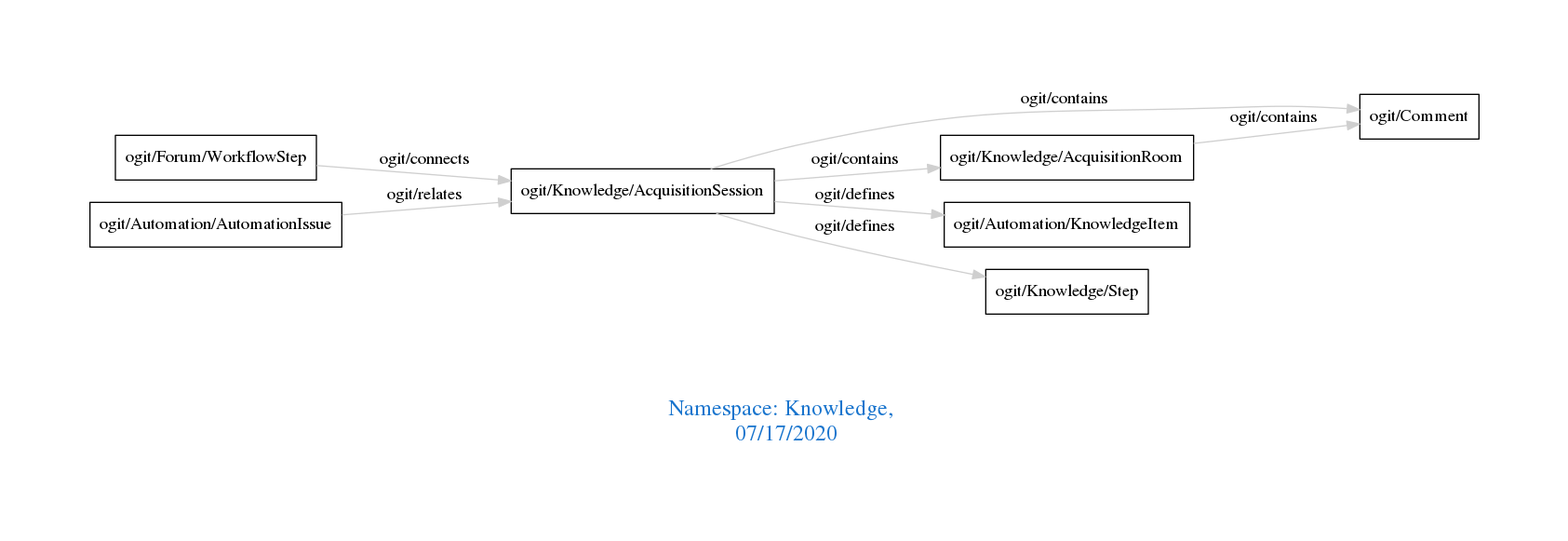
arago/OGIT keeps this Graphviz diagram as downloads/Knowledge.png. Above is the earlier version. Its source is kept beside it as downloads/Knowledge.dot.
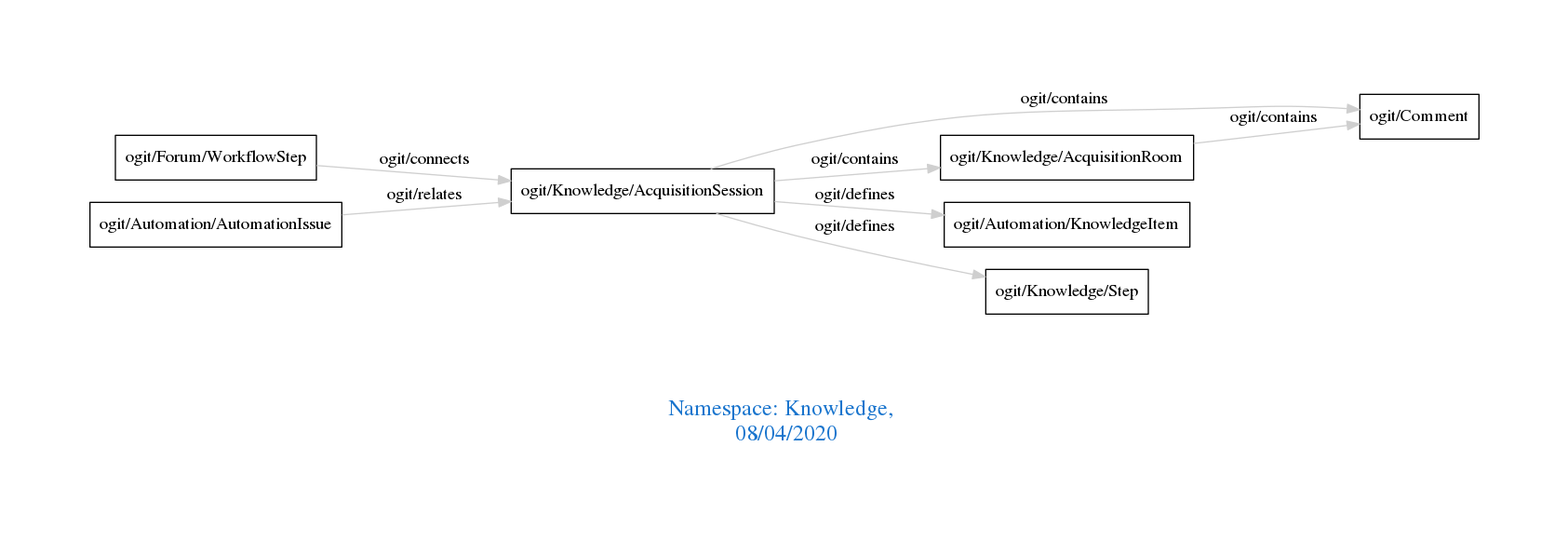
Later version of the same file.

Change to the diagram source:
```diff
@@ -1,7 +1,7 @@
 digraph OGIT_ontology {
  graph [ rankdir= LR,pad=1
 fontsize = 18,
-fontcolor= dodgerblue3,label = "\n\n\nNamespace: Knowledge, \n 07/17/2020"];
+fontcolor= dodgerblue3,label = "\n\n\nNamespace: Knowledge, \n 08/04/2020"];
 node[shape=polygon];
 edge [  color="gray81"];
 
```
